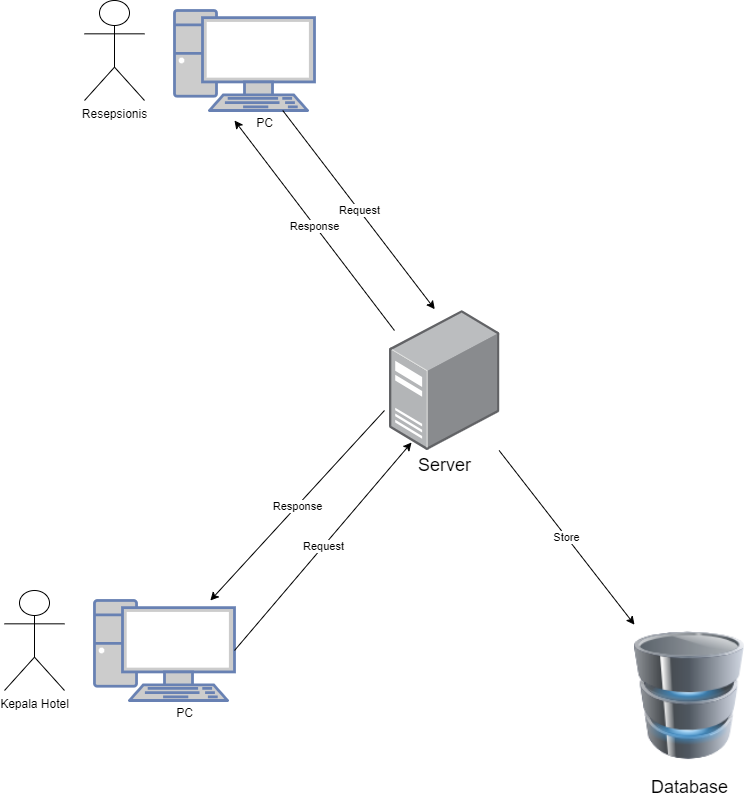
This is Image SRS/antarmuka perangkat keras 1.png from lutfiainnun/Kelompok6, a draw.io export, as it was before one commit. Source tidied: cells renumbered, new cells last; positions are measured from the earlier drawing's top-left corner, leaving out a move shared by most shapes. Its diagram source:
```xml
<mxGraphModel>
  <root>
    <mxCell id="0" />
    <mxCell id="1" parent="0" />
    <mxCell id="2" style="fontColor=#0066CC;verticalAlign=top;verticalLabelPosition=bottom;labelPosition=center;align=center;html=1;outlineConnect=0;fillColor=#CCCCCC;strokeColor=#6881B3;gradientColor=none;gradientDirection=north;strokeWidth=2;shape=mxgraph.networks.pc;" parent="1" vertex="1">
      <mxGeometry x="170" y="10" width="140" height="100" as="geometry" />
    </mxCell>
    <mxCell id="3" value="Resepsionis" style="shape=umlActor;verticalLabelPosition=bottom;verticalAlign=top;html=1;" parent="1" vertex="1">
      <mxGeometry x="80" width="60" height="100" as="geometry" />
    </mxCell>
    <mxCell id="4" style="image;points=[];html=1;align=center;shadow=0;dashed=0;image=img/lib/allied_telesis/computer_and_terminals/Server_Desktop.svg;" parent="1" vertex="1">
      <mxGeometry x="385" y="310" width="110.4" height="140" as="geometry" />
    </mxCell>
    <mxCell id="5" value="&lt;font style=&quot;font-size: 18px;&quot;&gt;Database&lt;/font&gt;" style="image;html=1;image=img/lib/clip_art/computers/Database_128x128.png;" parent="1" vertex="1">
      <mxGeometry x="630" y="620" width="110" height="150" as="geometry" />
    </mxCell>
    <mxCell id="6" style="endArrow=classic;html=1;rounded=0;entryX=0.41;entryY=-0.009;entryDx=0;entryDy=0;entryPerimeter=0;" parent="1" edge="1" source="2" target="4">
      <mxGeometry relative="1" as="geometry" />
    </mxCell>
    <mxCell id="7" value="Request" style="edgeLabel;html=1;align=center;verticalAlign=middle;" parent="6" vertex="1">
      <mxGeometry relative="1" as="geometry" />
    </mxCell>
    <mxCell id="8" style="endArrow=classic;html=1;rounded=0;exitX=0.045;exitY=0.143;exitDx=0;exitDy=0;exitPerimeter=0;" parent="1" edge="1" source="4">
      <mxGeometry relative="1" as="geometry">
        <mxPoint x="230" y="120" as="targetPoint" />
      </mxGeometry>
    </mxCell>
    <mxCell id="9" value="Response" style="edgeLabel;html=1;align=center;verticalAlign=middle;" parent="8" vertex="1">
      <mxGeometry relative="1" as="geometry" />
    </mxCell>
    <mxCell id="10" value="Store" style="endArrow=classic;html=1;rounded=0;" parent="1" edge="1" source="4" target="5">
      <mxGeometry relative="1" as="geometry" />
    </mxCell>
    <mxCell id="11" value="PC" style="text;html=1;align=center;verticalAlign=middle;strokeColor=none;fillColor=none;" parent="1" vertex="1">
      <mxGeometry x="240" y="108" width="40" height="30" as="geometry" />
    </mxCell>
    <mxCell id="12" value="&lt;font style=&quot;font-size: 18px;&quot;&gt;Server&lt;/font&gt;" style="text;html=1;align=center;verticalAlign=middle;points=[];strokeColor=none;fillColor=none;" parent="1" vertex="1">
      <mxGeometry x="400" y="445" width="80" height="40" as="geometry" />
    </mxCell>
    <mxCell id="13" style="fontColor=#0066CC;verticalAlign=top;verticalLabelPosition=bottom;labelPosition=center;align=center;html=1;outlineConnect=0;fillColor=#CCCCCC;strokeColor=#6881B3;gradientColor=none;gradientDirection=north;strokeWidth=2;shape=mxgraph.networks.pc;" parent="1" vertex="1">
      <mxGeometry x="90" y="600" width="140" height="100" as="geometry" />
    </mxCell>
    <mxCell id="14" value="Kepala Hotel" style="shape=umlActor;verticalLabelPosition=bottom;verticalAlign=top;html=1;" parent="1" vertex="1">
      <mxGeometry y="590" width="60" height="100" as="geometry" />
    </mxCell>
    <mxCell id="15" style="endArrow=classic;html=1;rounded=0;exitX=1;exitY=0.5;exitDx=0;exitDy=0;exitPerimeter=0;entryX=0.088;entryY=-0.075;entryDx=0;entryDy=0;entryPerimeter=0;" parent="1" edge="1" source="13" target="12">
      <mxGeometry relative="1" as="geometry" />
    </mxCell>
    <mxCell id="16" value="Request" style="edgeLabel;html=1;align=center;verticalAlign=middle;" parent="15" vertex="1">
      <mxGeometry relative="1" as="geometry" />
    </mxCell>
    <mxCell id="17" style="endArrow=classic;html=1;rounded=0;" parent="1" edge="1" target="13">
      <mxGeometry relative="1" as="geometry">
        <mxPoint x="380" y="410" as="sourcePoint" />
      </mxGeometry>
    </mxCell>
    <mxCell id="18" value="Response" style="edgeLabel;html=1;align=center;verticalAlign=middle;" parent="17" vertex="1">
      <mxGeometry relative="1" as="geometry" />
    </mxCell>
    <mxCell id="19" value="PC" style="text;html=1;align=center;verticalAlign=middle;strokeColor=none;fillColor=none;" parent="1" vertex="1">
      <mxGeometry x="160" y="698" width="40" height="30" as="geometry" />
    </mxCell>
  </root>
</mxGraphModel>
```
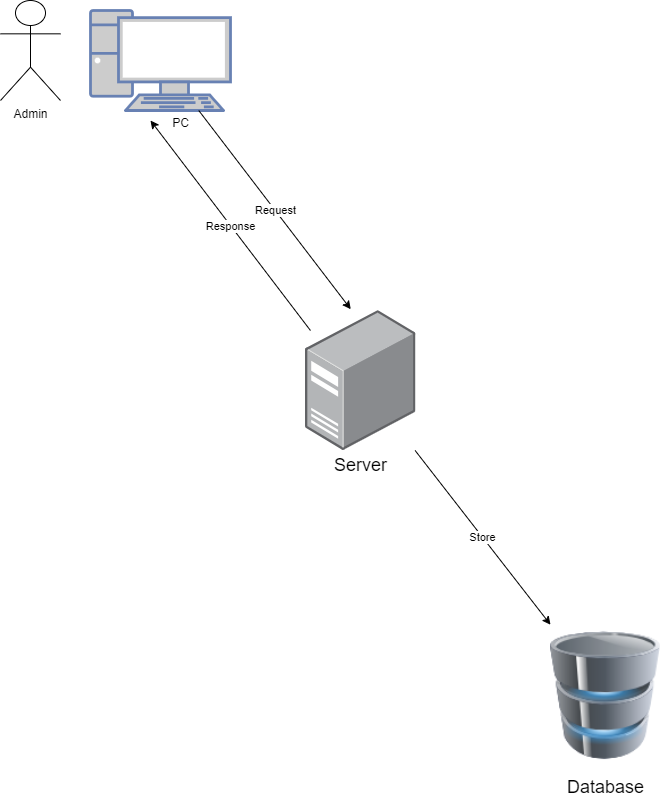
After the commit.

Diff of the diagram source:
```diff
@@ -5,7 +5,7 @@
     <mxCell id="2" style="fontColor=#0066CC;verticalAlign=top;verticalLabelPosition=bottom;labelPosition=center;align=center;html=1;outlineConnect=0;fillColor=#CCCCCC;strokeColor=#6881B3;gradientColor=none;gradientDirection=north;strokeWidth=2;shape=mxgraph.networks.pc;" parent="1" vertex="1">
       <mxGeometry x="170" y="10" width="140" height="100" as="geometry" />
     </mxCell>
-    <mxCell id="3" value="Resepsionis" style="shape=umlActor;verticalLabelPosition=bottom;verticalAlign=top;html=1;" parent="1" vertex="1">
+    <mxCell id="3" value="Admin" style="shape=umlActor;verticalLabelPosition=bottom;verticalAlign=top;html=1;" parent="1" vertex="1">
       <mxGeometry x="80" width="60" height="100" as="geometry" />
     </mxCell>
     <mxCell id="4" style="image;points=[];html=1;align=center;shadow=0;dashed=0;image=img/lib/allied_telesis/computer_and_terminals/Server_Desktop.svg;" parent="1" vertex="1">
@@ -37,28 +37,5 @@
     <mxCell id="12" value="&lt;font style=&quot;font-size: 18px;&quot;&gt;Server&lt;/font&gt;" style="text;html=1;align=center;verticalAlign=middle;points=[];strokeColor=none;fillColor=none;" parent="1" vertex="1">
       <mxGeometry x="400" y="445" width="80" height="40" as="geometry" />
     </mxCell>
-    <mxCell id="13" style="fontColor=#0066CC;verticalAlign=top;verticalLabelPosition=bottom;labelPosition=center;align=center;html=1;outlineConnect=0;fillColor=#CCCCCC;strokeColor=#6881B3;gradientColor=none;gradientDirection=north;strokeWidth=2;shape=mxgraph.networks.pc;" parent="1" vertex="1">
-      <mxGeometry x="90" y="600" width="140" height="100" as="geometry" />
-    </mxCell>
-    <mxCell id="14" value="Kepala Hotel" style="shape=umlActor;verticalLabelPosition=bottom;verticalAlign=top;html=1;" parent="1" vertex="1">
-      <mxGeometry y="590" width="60" height="100" as="geometry" />
-    </mxCell>
-    <mxCell id="15" style="endArrow=classic;html=1;rounded=0;exitX=1;exitY=0.5;exitDx=0;exitDy=0;exitPerimeter=0;entryX=0.088;entryY=-0.075;entryDx=0;entryDy=0;entryPerimeter=0;" parent="1" edge="1" source="13" target="12">
-      <mxGeometry relative="1" as="geometry" />
-    </mxCell>
-    <mxCell id="16" value="Request" style="edgeLabel;html=1;align=center;verticalAlign=middle;" parent="15" vertex="1">
-      <mxGeometry relative="1" as="geometry" />
-    </mxCell>
-    <mxCell id="17" style="endArrow=classic;html=1;rounded=0;" parent="1" edge="1" target="13">
-      <mxGeometry relative="1" as="geometry">
-        <mxPoint x="380" y="410" as="sourcePoint" />
-      </mxGeometry>
-    </mxCell>
-    <mxCell id="18" value="Response" style="edgeLabel;html=1;align=center;verticalAlign=middle;" parent="17" vertex="1">
-      <mxGeometry relative="1" as="geometry" />
-    </mxCell>
-    <mxCell id="19" value="PC" style="text;html=1;align=center;verticalAlign=middle;strokeColor=none;fillColor=none;" parent="1" vertex="1">
-      <mxGeometry x="160" y="698" width="40" height="30" as="geometry" />
-    </mxCell>
   </root>
 </mxGraphModel>
```
